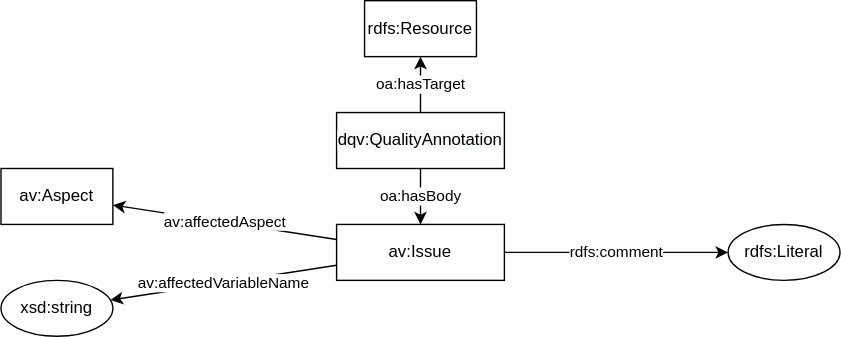
Before: issueGraph.svg, a diagram exported from draw.io (fusion-jena/abecto-vocabulary). Source tidied: cells renumbered, new cells last; positions are measured from the earlier drawing's top-left corner, leaving out a move shared by most shapes.
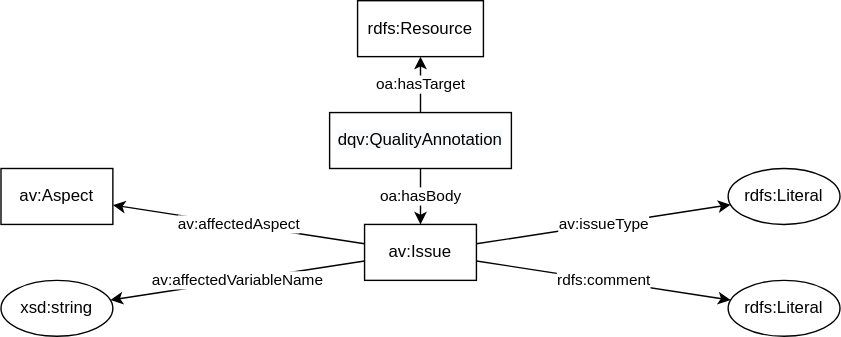
Above is the later version.

Change to the diagram source:
```diff
@@ -5,11 +5,11 @@
     <mxCell id="2" value="oa:hasTarget" style="edgeStyle=none;rounded=0;jettySize=auto;html=1;" parent="1" edge="1" source="10" target="9">
       <mxGeometry relative="1" as="geometry" />
     </mxCell>
-    <mxCell id="3" value="rdfs:comment" style="edgeStyle=orthogonalEdgeStyle;rounded=0;jettySize=auto;html=1;" parent="1" edge="1" source="4" target="12">
+    <mxCell id="3" value="rdfs:comment" style="rounded=0;jettySize=auto;html=1;" parent="1" edge="1" source="4" target="12">
       <mxGeometry relative="1" as="geometry" />
     </mxCell>
     <mxCell id="4" value="av:Issue" style="whiteSpace=wrap;html=1;" parent="1" vertex="1">
-      <mxGeometry x="240" y="160" width="120" height="40" as="geometry" />
+      <mxGeometry x="260" y="160" width="80" height="40" as="geometry" />
     </mxCell>
     <mxCell id="5" value="av:affectedAspect" style="edgeStyle=none;rounded=0;jettySize=auto;html=1;" parent="1" edge="1" source="4" target="8">
       <mxGeometry relative="1" as="geometry" />
@@ -24,16 +24,22 @@
       <mxGeometry y="120" width="80" height="40" as="geometry" />
     </mxCell>
     <mxCell id="9" value="rdfs:Resource" style="whiteSpace=wrap;html=1;" parent="1" vertex="1">
-      <mxGeometry x="260" width="80" height="40" as="geometry" />
+      <mxGeometry x="255" width="90" height="40" as="geometry" />
     </mxCell>
     <mxCell id="10" value="&lt;meta charset=&quot;utf-8&quot;&gt;&lt;span style=&quot;color: rgb(0, 0, 0); font-family: helvetica; font-size: 12px; font-style: normal; font-weight: 400; letter-spacing: normal; text-align: left; text-indent: 0px; text-transform: none; word-spacing: 0px; background-color: rgb(248, 249, 250); display: inline; float: none;&quot;&gt;dqv:QualityAnnotation&lt;/span&gt;" style="whiteSpace=wrap;html=1;" parent="1" vertex="1">
-      <mxGeometry x="240" y="80" width="120" height="40" as="geometry" />
+      <mxGeometry x="235" y="80" width="130" height="40" as="geometry" />
     </mxCell>
     <mxCell id="11" value="oa:hasBody" style="edgeStyle=none;rounded=0;jettySize=auto;html=1;" parent="1" edge="1" source="10" target="4">
       <mxGeometry relative="1" as="geometry" />
     </mxCell>
     <mxCell id="12" value="rdfs:Literal" style="ellipse;whiteSpace=wrap;html=1;" parent="1" vertex="1">
-      <mxGeometry x="520" y="160" width="80" height="40" as="geometry" />
+      <mxGeometry x="520" y="200" width="80" height="40" as="geometry" />
     </mxCell>
+    <mxCell id="13" value="rdfs:Literal" style="ellipse;whiteSpace=wrap;html=1;" parent="1" vertex="1">
+      <mxGeometry x="520" y="120" width="80" height="40" as="geometry" />
+    </mxCell>
+    <mxCell id="14" value="av:issueType" style="rounded=0;jettySize=auto;html=1;" parent="1" edge="1" source="4" target="13">
+      <mxGeometry relative="1" as="geometry" />
+    </mxCell>
   </root>
 </mxGraphModel>
```
